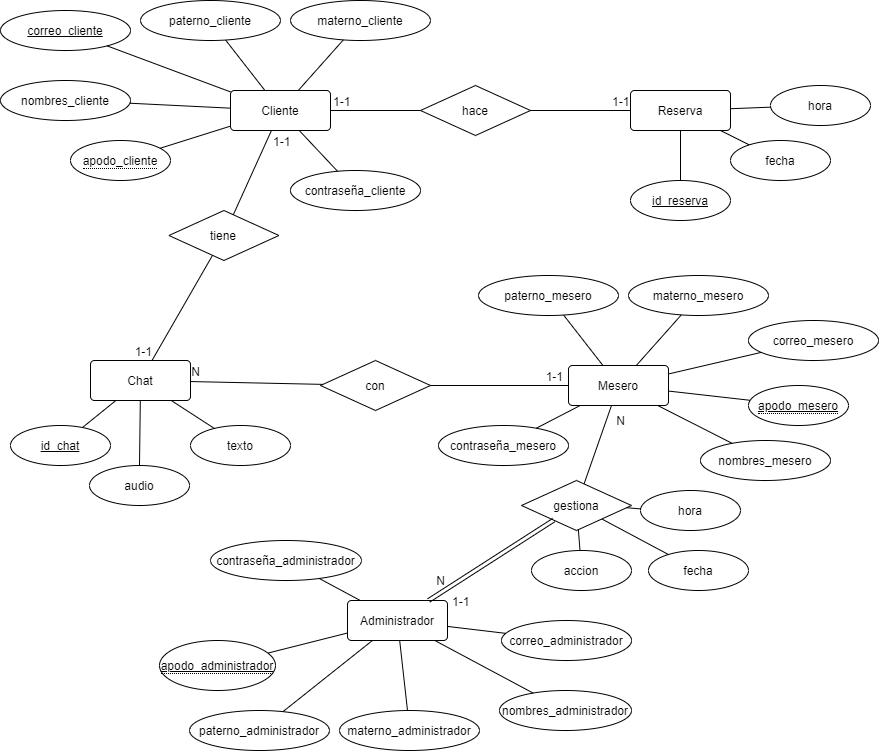
This is modelos_BD/Modelo_Entidad-Relacion.png from arroyopablo/SaborSazzon, a draw.io export, as it was before one commit. Source tidied: cells renumbered, new cells last; positions are measured from the earlier drawing's top-left corner, leaving out a move shared by most shapes.
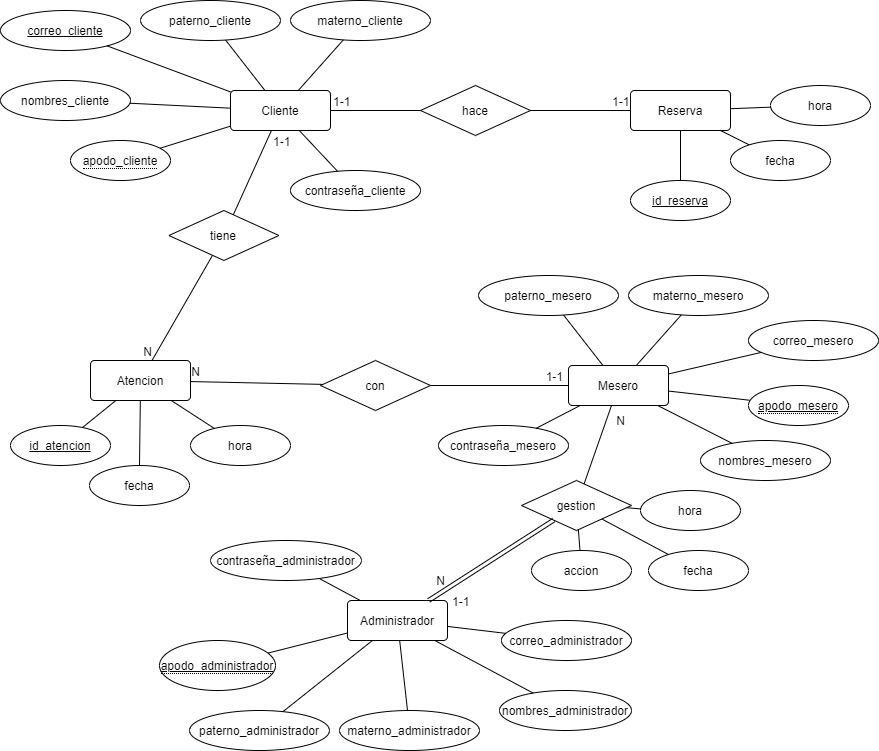
The same file after the commit.

Change to the diagram source:
```diff
@@ -78,7 +78,7 @@
     <mxCell id="25" value="tiene" style="shape=rhombus;perimeter=rhombusPerimeter;whiteSpace=wrap;html=1;align=center;" parent="1" vertex="1">
       <mxGeometry x="168.4" y="210" width="110" height="50" as="geometry" />
     </mxCell>
-    <mxCell id="26" value="Chat" style="rounded=1;arcSize=10;whiteSpace=wrap;html=1;align=center;" parent="1" vertex="1">
+    <mxCell id="26" value="Atencion" style="rounded=1;arcSize=10;whiteSpace=wrap;html=1;align=center;" parent="1" vertex="1">
       <mxGeometry x="90" y="360" width="100" height="40" as="geometry" />
     </mxCell>
     <mxCell id="27" style="endArrow=none;html=1;rounded=0;" parent="1" edge="1" source="11" target="25">
@@ -92,22 +92,22 @@
     <mxCell id="29" style="endArrow=none;html=1;rounded=0;" parent="1" edge="1" source="25" target="26">
       <mxGeometry relative="1" as="geometry" />
     </mxCell>
-    <mxCell id="30" value="1-1" style="html=1;align=right;verticalAlign=bottom;" parent="29" vertex="1">
+    <mxCell id="30" value="N" style="html=1;align=right;verticalAlign=bottom;" parent="29" vertex="1">
       <mxGeometry x="1" relative="1" as="geometry" />
     </mxCell>
-    <mxCell id="31" value="id_chat" style="ellipse;whiteSpace=wrap;html=1;align=center;fontStyle=4;" parent="1" vertex="1">
+    <mxCell id="31" value="id_atencion" style="ellipse;whiteSpace=wrap;html=1;align=center;fontStyle=4;" parent="1" vertex="1">
       <mxGeometry x="10" y="425" width="100" height="40" as="geometry" />
     </mxCell>
     <mxCell id="32" style="endArrow=none;html=1;" parent="1" edge="1" source="31" target="26">
       <mxGeometry relative="1" as="geometry" />
     </mxCell>
-    <mxCell id="33" value="texto" style="ellipse;whiteSpace=wrap;html=1;align=center;" parent="1" vertex="1">
+    <mxCell id="33" value="hora" style="ellipse;whiteSpace=wrap;html=1;align=center;" parent="1" vertex="1">
       <mxGeometry x="190" y="425" width="100" height="40" as="geometry" />
     </mxCell>
     <mxCell id="34" style="endArrow=none;html=1;" parent="1" edge="1" source="33" target="26">
       <mxGeometry relative="1" as="geometry" />
     </mxCell>
-    <mxCell id="35" value="audio" style="ellipse;whiteSpace=wrap;html=1;align=center;" parent="1" vertex="1">
+    <mxCell id="35" value="fecha" style="ellipse;whiteSpace=wrap;html=1;align=center;" parent="1" vertex="1">
       <mxGeometry x="89" y="465" width="100" height="40" as="geometry" />
     </mxCell>
     <mxCell id="36" style="endArrow=none;html=1;" parent="1" edge="1" source="35" target="26">
@@ -194,7 +194,7 @@
     <mxCell id="63" value="&lt;span style=&quot;border-bottom: 1px dotted&quot;&gt;&lt;u&gt;apodo_administrador&lt;/u&gt;&lt;/span&gt;" style="ellipse;whiteSpace=wrap;html=1;align=center;" parent="1" vertex="1">
       <mxGeometry x="159" y="640" width="116" height="50" as="geometry" />
     </mxCell>
-    <mxCell id="64" value="gestiona" style="shape=rhombus;perimeter=rhombusPerimeter;whiteSpace=wrap;html=1;align=center;" parent="1" vertex="1">
+    <mxCell id="64" value="gestion" style="shape=rhombus;perimeter=rhombusPerimeter;whiteSpace=wrap;html=1;align=center;" parent="1" vertex="1">
       <mxGeometry x="521" y="480" width="110" height="50" as="geometry" />
     </mxCell>
     <mxCell id="65" style="endArrow=none;html=1;rounded=0;" parent="1" edge="1" source="64" target="47">
```
